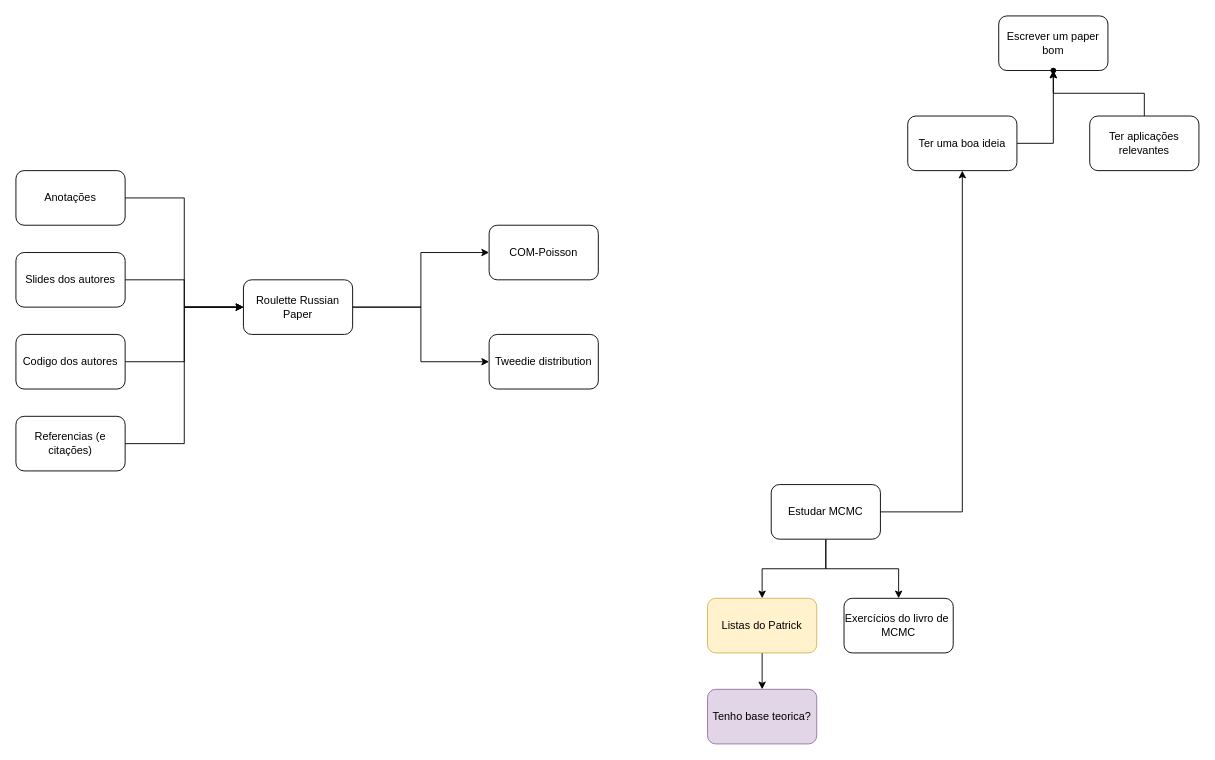
The draw.io diagram Untitled Diagram.drawio in wellington36/beginner, before the edit. Source tidied: cells renumbered, new cells numbered last; positions are measured from the earlier drawing's top-left corner, leaving out a move shared by most shapes. Both pictures are drawn from the tidied source at 91%, with x=0, y=0 at pixel (15, 15).
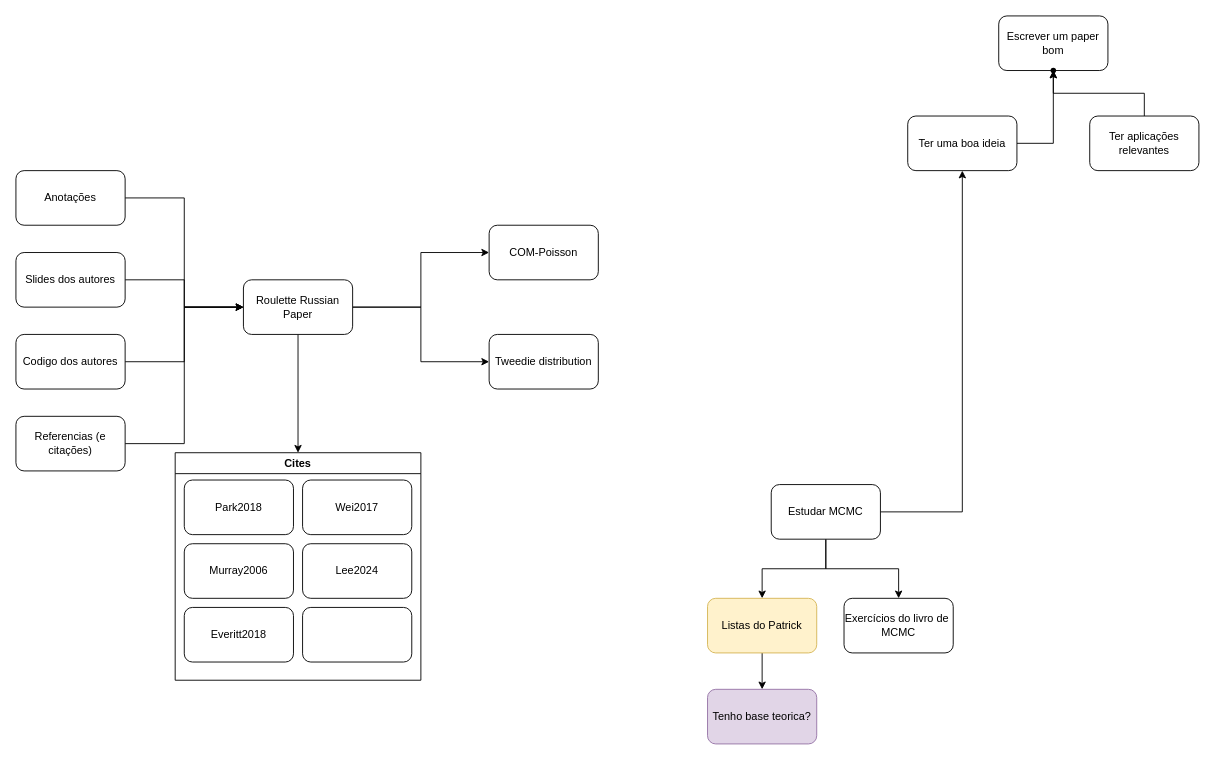
The same page after the edit.

The change refers to these unchanged cells:
```xml
<mxCell id="18" value="Roulette Russian Paper" style="rounded=1;whiteSpace=wrap;html=1;" parent="1" vertex="1">
  <mxGeometry x="250" y="290" width="120" height="60" as="geometry" />
</mxCell>
```

What changed in the source:
```diff
@@
+    <mxCell id="29" style="edgeStyle=orthogonalEdgeStyle;rounded=0;jettySize=auto;html=1;" parent="1" edge="1" source="18" target="30">
+      <mxGeometry relative="1" as="geometry" />
+    </mxCell>
@@
+    <mxCell id="30" value="Cites" style="swimlane;whiteSpace=wrap;html=1;" parent="1" vertex="1">
+      <mxGeometry x="175" y="480" width="270" height="250" as="geometry" />
+    </mxCell>
+    <mxCell id="31" value="Park2018" style="rounded=1;whiteSpace=wrap;html=1;" parent="30" vertex="1">
+      <mxGeometry x="10" y="30" width="120" height="60" as="geometry" />
+    </mxCell>
+    <mxCell id="32" value="Wei2017" style="rounded=1;whiteSpace=wrap;html=1;" parent="30" vertex="1">
+      <mxGeometry x="140" y="30" width="120" height="60" as="geometry" />
+    </mxCell>
+    <mxCell id="33" value="Murray2006" style="rounded=1;whiteSpace=wrap;html=1;" parent="30" vertex="1">
+      <mxGeometry x="10" y="100" width="120" height="60" as="geometry" />
+    </mxCell>
+    <mxCell id="34" value="Lee2024" style="rounded=1;whiteSpace=wrap;html=1;" parent="30" vertex="1">
+      <mxGeometry x="140" y="100" width="120" height="60" as="geometry" />
+    </mxCell>
+    <mxCell id="35" value="Everitt2018" style="rounded=1;whiteSpace=wrap;html=1;" parent="30" vertex="1">
+      <mxGeometry x="10" y="170" width="120" height="60" as="geometry" />
+    </mxCell>
+    <mxCell id="36" style="rounded=1;whiteSpace=wrap;html=1;" parent="30" vertex="1">
+      <mxGeometry x="140" y="170" width="120" height="60" as="geometry" />
+    </mxCell>
```
